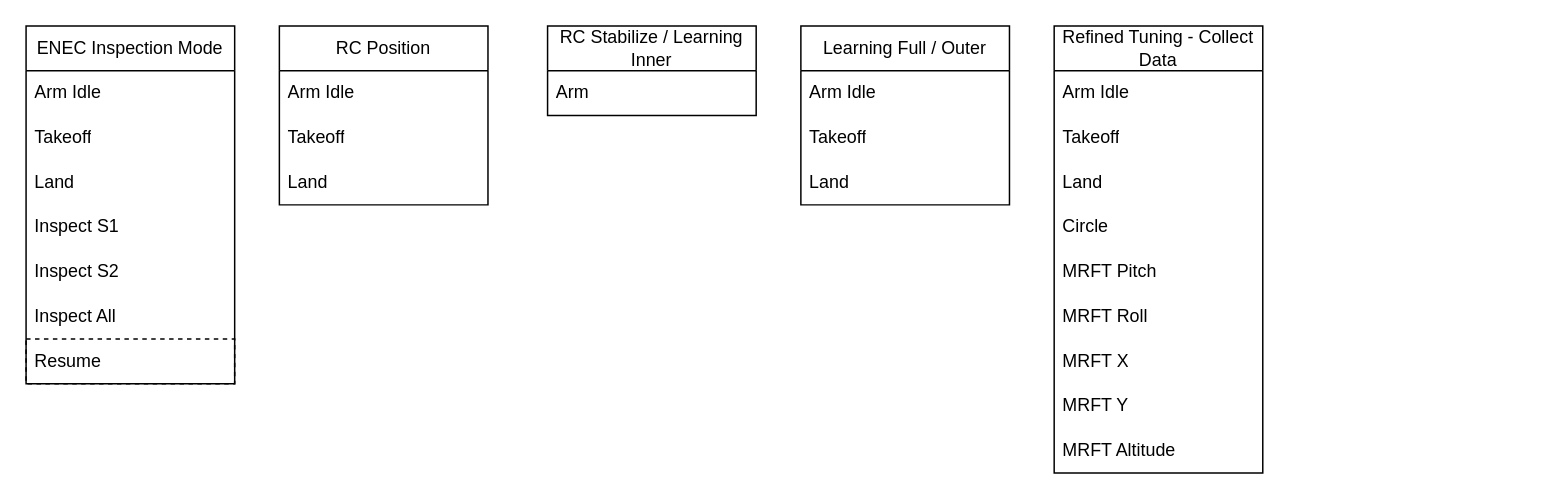
This is Guide/HEAR Software/Flight Modes/LeafMC_buttons_for_modes.drawio from DroneLeaf/HEAR_wiki, a draw.io file, before an edit. Source tidied: cells renumbered, new cells numbered last; positions are measured from the earlier drawing's top-left corner, leaving out a move shared by most shapes. Both pictures are drawn from the tidied source at 149%, with x=0, y=0 at pixel (25, 25).
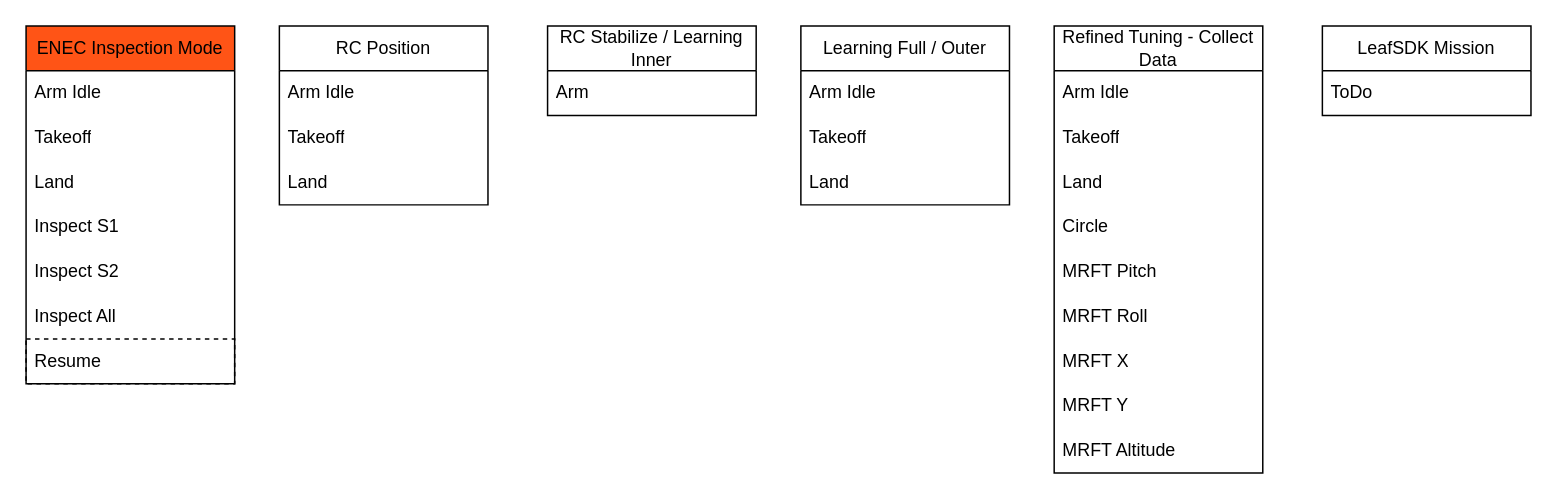
The same diagram, later.

Commit message (it also covers changes not shown here):
Add mission system structure diagram in SVG format

Change to the diagram source:
```diff
@@
-    <mxCell id="2" value="ENEC Inspection Mode" style="swimlane;fontStyle=0;horizontal=1;startSize=30;whiteSpace=wrap;html=1;" parent="1" vertex="1">
+    <mxCell id="2" value="ENEC Inspection Mode" style="swimlane;fontStyle=0;horizontal=1;startSize=30;whiteSpace=wrap;html=1;fillColor=#FF5416;" parent="1" vertex="1">
       <mxGeometry width="140" height="240" as="geometry" />
     </mxCell>
@@
+    <mxCell id="30" value="LeafSDK Mission" style="swimlane;fontStyle=0;horizontal=1;startSize=30;whiteSpace=wrap;html=1;" parent="1" vertex="1">
+      <mxGeometry x="870" width="140" height="60" as="geometry" />
+    </mxCell>
+    <mxCell id="31" value="ToDo" style="text;strokeColor=none;fillColor=none;align=left;verticalAlign=middle;spacingLeft=4;spacingRight=4;overflow=hidden;whiteSpace=wrap;html=1;" parent="30" vertex="1">
+      <mxGeometry y="30" width="140" height="30" as="geometry" />
+    </mxCell>
```
